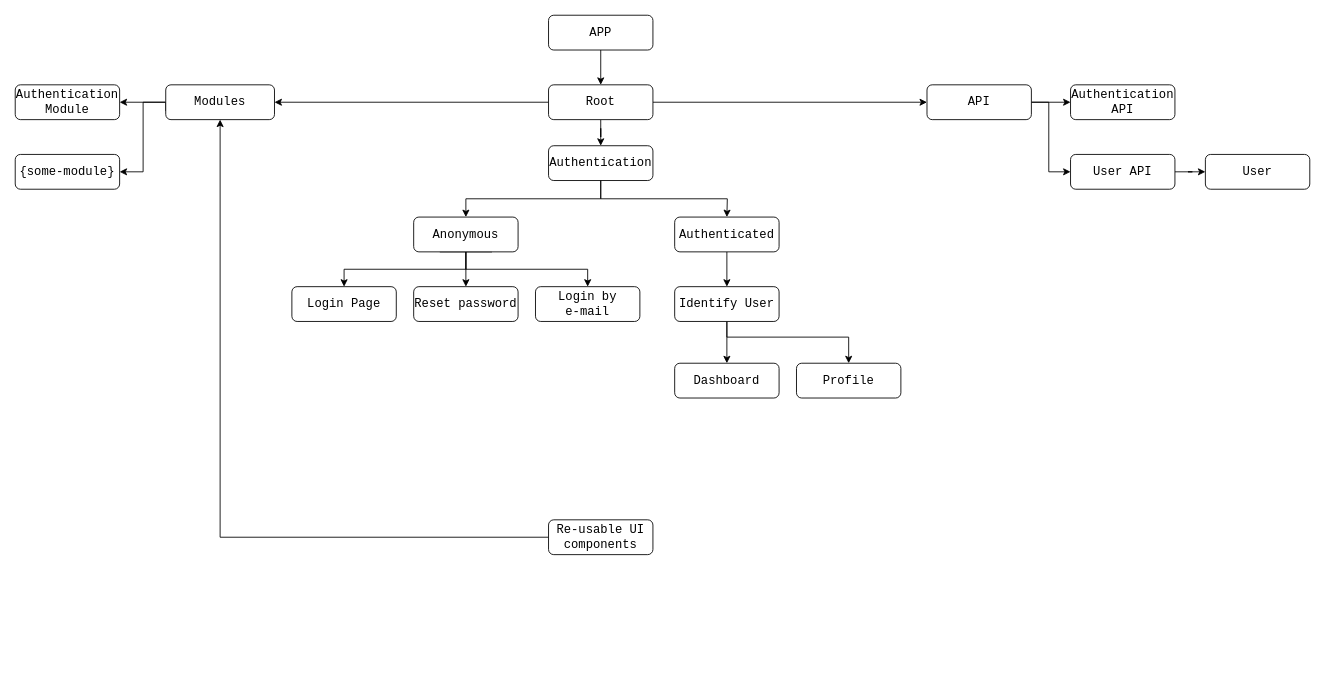
The draw.io diagram PluscoApp.drawio in pkuzmich/todo, before the edit. Source tidied: cells renumbered, new cells numbered last; positions are measured from the earlier drawing's top-left corner, leaving out a move shared by most shapes. Both pictures are drawn from the tidied source at 87%, with x=0, y=0 at pixel (15, 15).
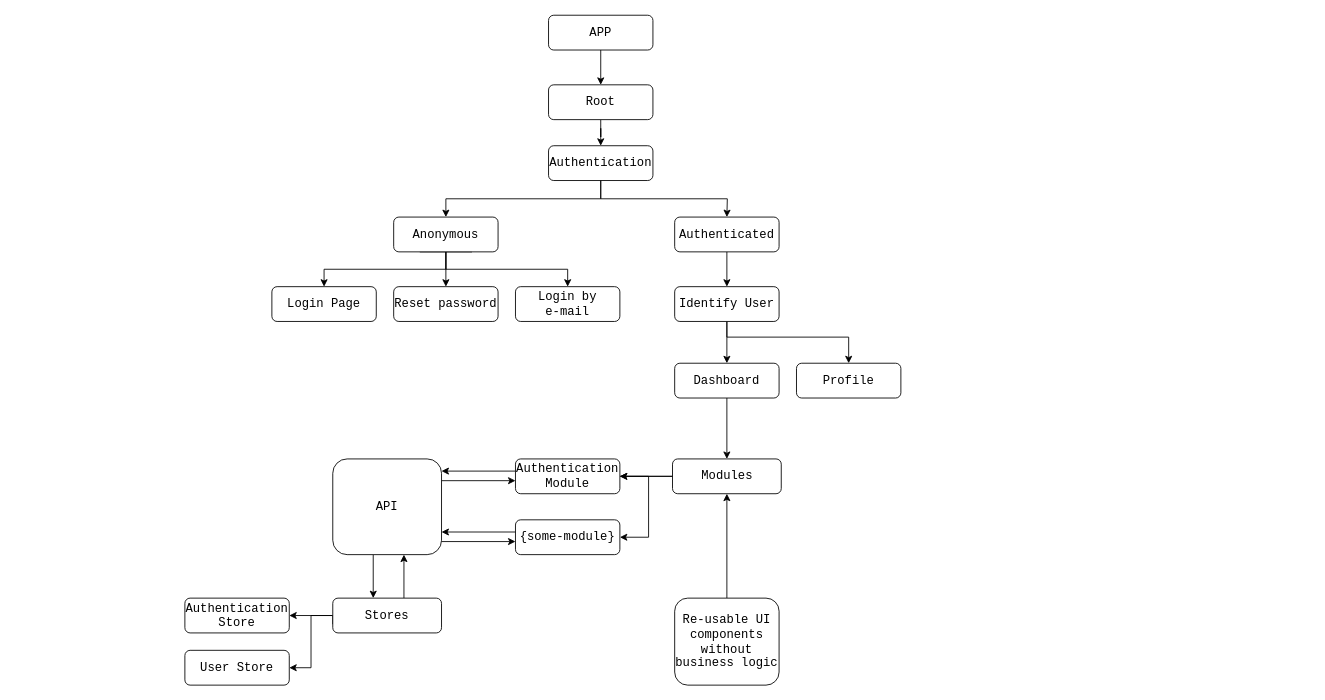
The same page after the edit.

The change refers to these unchanged cells:
```xml
<mxCell id="7" value="&lt;font style=&quot;font-size: 14px;&quot; face=&quot;monospace&quot;&gt;Root&lt;/font&gt;" style="rounded=1;whiteSpace=wrap;html=1;" parent="1" vertex="1">
  <mxGeometry x="613" y="80" width="120" height="40" as="geometry" />
</mxCell>
<mxCell id="26" value="&lt;font style=&quot;font-size: 14px;&quot; face=&quot;monospace&quot;&gt;Dashboard&lt;/font&gt;" style="rounded=1;whiteSpace=wrap;html=1;" parent="1" vertex="1">
  <mxGeometry x="758" y="400" width="120" height="40" as="geometry" />
</mxCell>
```

The edit, as a diff of the source:
```diff
@@
-    <mxCell id="4" style="edgeStyle=orthogonalEdgeStyle;rounded=0;jettySize=auto;html=1;" parent="1" edge="1" source="7" target="10">
-      <mxGeometry relative="1" as="geometry" />
-    </mxCell>
@@
-    <mxCell id="6" style="edgeStyle=orthogonalEdgeStyle;rounded=0;jettySize=auto;html=1;entryX=1;entryY=0.5;entryDx=0;entryDy=0;" parent="1" edge="1" source="7" target="34">
-      <mxGeometry relative="1" as="geometry" />
-    </mxCell>
@@
+    <mxCell id="39" style="edgeStyle=orthogonalEdgeStyle;rounded=0;orthogonalLoop=1;jettySize=auto;html=1;exitX=0.75;exitY=0;exitDx=0;exitDy=0;entryX=0.75;entryY=1;entryDx=0;entryDy=0;" parent="1" edge="1">
+      <mxGeometry relative="1" as="geometry">
+        <mxPoint x="446.8" y="670" as="sourcePoint" />
+        <mxPoint x="446.8" y="620" as="targetPoint" />
+      </mxGeometry>
+    </mxCell>
@@
-    <mxCell id="9" style="edgeStyle=orthogonalEdgeStyle;rounded=0;jettySize=auto;html=1;exitX=1;exitY=0.5;exitDx=0;exitDy=0;entryX=0;entryY=0.5;entryDx=0;entryDy=0;" parent="1" edge="1" source="10" target="30">
+    <mxCell id="9" style="edgeStyle=orthogonalEdgeStyle;rounded=0;jettySize=auto;html=1;exitX=0;exitY=0.75;exitDx=0;exitDy=0;entryX=1;entryY=0.5;entryDx=0;entryDy=0;" parent="1" edge="1" source="10" target="30">
       <mxGeometry relative="1" as="geometry">
         <Array as="points">
-          <mxPoint x="1188" y="100" />
-          <mxPoint x="1188" y="180" />
+          <mxPoint x="365" y="690" />
+          <mxPoint x="340" y="690" />
+          <mxPoint x="340" y="750" />
         </Array>
       </mxGeometry>
     </mxCell>
-    <mxCell id="10" value="&lt;font style=&quot;font-size: 14px;&quot; face=&quot;monospace&quot;&gt;API&lt;/font&gt;" style="rounded=1;whiteSpace=wrap;html=1;" parent="1" vertex="1">
-      <mxGeometry x="1048" y="80" width="120" height="40" as="geometry" />
+    <mxCell id="10" value="&lt;font style=&quot;font-size: 14px;&quot; face=&quot;monospace&quot;&gt;Stores&lt;/font&gt;" style="rounded=1;whiteSpace=wrap;html=1;" parent="1" vertex="1">
+      <mxGeometry x="365" y="670" width="125" height="40" as="geometry" />
     </mxCell>
@@
     <mxCell id="14" style="edgeStyle=orthogonalEdgeStyle;rounded=0;jettySize=auto;html=1;exitX=0.25;exitY=1;exitDx=0;exitDy=0;entryX=0.5;entryY=0;entryDx=0;entryDy=0;" parent="1" edge="1" source="16" target="19">
       <mxGeometry relative="1" as="geometry">
         <Array as="points">
-          <mxPoint x="518" y="272" />
-          <mxPoint x="518" y="292" />
-          <mxPoint x="378" y="292" />
+          <mxPoint x="495" y="272" />
+          <mxPoint x="495" y="292" />
+          <mxPoint x="355" y="292" />
         </Array>
       </mxGeometry>
     </mxCell>
     <mxCell id="15" style="edgeStyle=orthogonalEdgeStyle;rounded=0;jettySize=auto;html=1;exitX=0.75;exitY=1;exitDx=0;exitDy=0;entryX=0.5;entryY=0;entryDx=0;entryDy=0;" parent="1" edge="1" source="16" target="21">
       <mxGeometry relative="1" as="geometry">
         <Array as="points">
-          <mxPoint x="518" y="272" />
-          <mxPoint x="518" y="292" />
-          <mxPoint x="658" y="292" />
+          <mxPoint x="495" y="272" />
+          <mxPoint x="495" y="292" />
+          <mxPoint x="635" y="292" />
         </Array>
       </mxGeometry>
     </mxCell>
     <mxCell id="16" value="&lt;font style=&quot;font-size: 14px;&quot; face=&quot;monospace&quot;&gt;Anonymous&lt;/font&gt;" style="rounded=1;whiteSpace=wrap;html=1;" parent="1" vertex="1">
-      <mxGeometry x="458" y="232" width="120" height="40" as="geometry" />
+      <mxGeometry x="435" y="232" width="120" height="40" as="geometry" />
     </mxCell>
@@
     <mxCell id="19" value="&lt;font style=&quot;font-size: 14px;&quot; face=&quot;monospace&quot;&gt;Login Page&lt;/font&gt;" style="rounded=1;whiteSpace=wrap;html=1;" parent="1" vertex="1">
-      <mxGeometry x="318" y="312" width="120" height="40" as="geometry" />
+      <mxGeometry x="295" y="312" width="120" height="40" as="geometry" />
     </mxCell>
     <mxCell id="20" value="&lt;font style=&quot;font-size: 14px;&quot; face=&quot;monospace&quot;&gt;Reset password&lt;/font&gt;" style="rounded=1;whiteSpace=wrap;html=1;" parent="1" vertex="1">
-      <mxGeometry x="458" y="312" width="120" height="40" as="geometry" />
+      <mxGeometry x="435" y="312" width="120" height="40" as="geometry" />
     </mxCell>
     <mxCell id="21" value="&lt;font style=&quot;font-size: 14px;&quot; face=&quot;monospace&quot;&gt;Login by&lt;br&gt;e-mail&lt;/font&gt;" style="rounded=1;whiteSpace=wrap;html=1;" parent="1" vertex="1">
-      <mxGeometry x="598" y="312" width="120" height="40" as="geometry" />
+      <mxGeometry x="575" y="312" width="120" height="40" as="geometry" />
     </mxCell>
@@
+    <mxCell id="40" style="edgeStyle=orthogonalEdgeStyle;rounded=0;jettySize=auto;html=1;" parent="1" edge="1" source="26" target="34">
+      <mxGeometry relative="1" as="geometry" />
+    </mxCell>
@@
-    <mxCell id="28" value="&lt;font style=&quot;font-size: 14px;&quot; face=&quot;monospace&quot;&gt;Authentication API&lt;/font&gt;" style="rounded=1;whiteSpace=wrap;html=1;" parent="1" vertex="1">
-      <mxGeometry x="1213" y="80" width="120" height="40" as="geometry" />
+    <mxCell id="28" value="&lt;font style=&quot;&quot; face=&quot;monospace&quot;&gt;&lt;span style=&quot;font-size: 14px;&quot;&gt;Authentication&lt;br&gt;&lt;/span&gt;&lt;/font&gt;&lt;font style=&quot;font-size: 14px;&quot; face=&quot;monospace&quot;&gt;Store&lt;/font&gt;" style="rounded=1;whiteSpace=wrap;html=1;" parent="1" vertex="1">
+      <mxGeometry x="195" y="670" width="120" height="40" as="geometry" />
     </mxCell>
-    <mxCell id="29" style="edgeStyle=orthogonalEdgeStyle;rounded=0;jettySize=auto;html=1;" parent="1" edge="1" source="30" target="31">
-      <mxGeometry relative="1" as="geometry" />
-    </mxCell>
-    <mxCell id="30" value="&lt;font style=&quot;font-size: 14px;&quot; face=&quot;monospace&quot;&gt;User API&lt;/font&gt;" style="rounded=1;whiteSpace=wrap;html=1;" parent="1" vertex="1">
-      <mxGeometry x="1213" y="160" width="120" height="40" as="geometry" />
+    <mxCell id="30" value="&lt;font style=&quot;font-size: 14px;&quot; face=&quot;monospace&quot;&gt;User Store&lt;/font&gt;" style="rounded=1;whiteSpace=wrap;html=1;" parent="1" vertex="1">
+      <mxGeometry x="195" y="730" width="120" height="40" as="geometry" />
     </mxCell>
-    <mxCell id="31" value="&lt;font style=&quot;font-size: 14px;&quot; face=&quot;monospace&quot;&gt;User&lt;/font&gt;" style="rounded=1;whiteSpace=wrap;html=1;" parent="1" vertex="1">
-      <mxGeometry x="1368" y="160" width="120" height="40" as="geometry" />
-    </mxCell>
-    <mxCell id="32" style="edgeStyle=orthogonalEdgeStyle;rounded=0;jettySize=auto;html=1;exitX=0;exitY=0.5;exitDx=0;exitDy=0;entryX=1;entryY=0.5;entryDx=0;entryDy=0;" parent="1" edge="1" source="34" target="35">
-      <mxGeometry relative="1" as="geometry" />
-    </mxCell>
-    <mxCell id="33" style="edgeStyle=orthogonalEdgeStyle;rounded=0;jettySize=auto;html=1;exitX=0;exitY=0.75;exitDx=0;exitDy=0;entryX=1;entryY=0.5;entryDx=0;entryDy=0;" parent="1" edge="1" source="34" target="38">
-      <mxGeometry relative="1" as="geometry">
-        <Array as="points">
-          <mxPoint x="173" y="100" />
-          <mxPoint x="147" y="100" />
-          <mxPoint x="147" y="180" />
-        </Array>
-      </mxGeometry>
-    </mxCell>
+    <mxCell id="41" style="edgeStyle=orthogonalEdgeStyle;rounded=0;jettySize=auto;html=1;" parent="1" edge="1" source="34" target="35">
+      <mxGeometry relative="1" as="geometry" />
+    </mxCell>
+    <mxCell id="42" style="edgeStyle=orthogonalEdgeStyle;rounded=0;jettySize=auto;html=1;" parent="1" edge="1" source="35" target="38">
+      <mxGeometry relative="1" as="geometry">
+        <Array as="points">
+          <mxPoint x="728" y="530" />
+          <mxPoint x="728" y="600" />
+        </Array>
+      </mxGeometry>
+    </mxCell>
     <mxCell id="34" value="&lt;font style=&quot;font-size: 14px;&quot; face=&quot;monospace&quot;&gt;Modules&lt;/font&gt;" style="rounded=1;whiteSpace=wrap;html=1;" parent="1" vertex="1">
-      <mxGeometry x="173" y="80" width="125" height="40" as="geometry" />
+      <mxGeometry x="755.5" y="510" width="125" height="40" as="geometry" />
     </mxCell>
-    <mxCell id="35" value="&lt;font face=&quot;monospace&quot;&gt;&lt;font style=&quot;font-size: 14px;&quot;&gt;Authentication&lt;br&gt;Module&lt;/font&gt;&lt;br&gt;&lt;/font&gt;" style="rounded=1;whiteSpace=wrap;html=1;" parent="1" vertex="1">
-      <mxGeometry y="80" width="120" height="40" as="geometry" />
-    </mxCell>
@@
-    <mxCell id="37" value="&lt;font style=&quot;font-size: 14px;&quot; face=&quot;monospace&quot;&gt;Re-usable UI components&lt;/font&gt;" style="rounded=1;whiteSpace=wrap;html=1;" parent="1" vertex="1">
-      <mxGeometry x="613" y="580" width="120" height="40" as="geometry" />
+    <mxCell id="37" value="&lt;font style=&quot;font-size: 14px;&quot; face=&quot;monospace&quot;&gt;Re-usable UI components&lt;br&gt;&lt;/font&gt;&lt;code&gt;&lt;font style=&quot;font-size: 14px;&quot;&gt;without business logic&lt;/font&gt;&lt;/code&gt;" style="rounded=1;whiteSpace=wrap;html=1;" parent="1" vertex="1">
+      <mxGeometry x="758" y="670" width="120" height="100" as="geometry" />
     </mxCell>
     <mxCell id="38" value="&lt;code&gt;&lt;font style=&quot;font-size: 14px;&quot;&gt;{some-module&lt;span class=&quot;o&quot;&gt;}&lt;/span&gt;&lt;/font&gt;&lt;/code&gt;" style="rounded=1;whiteSpace=wrap;html=1;" parent="1" vertex="1">
-      <mxGeometry y="160" width="120" height="40" as="geometry" />
+      <mxGeometry x="575" y="580" width="120" height="40" as="geometry" />
     </mxCell>
+    <mxCell id="43" style="edgeStyle=orthogonalEdgeStyle;rounded=0;orthogonalLoop=1;jettySize=auto;html=1;exitX=1;exitY=0.75;exitDx=0;exitDy=0;entryX=0;entryY=0.75;entryDx=0;entryDy=0;" parent="1" edge="1">
+      <mxGeometry relative="1" as="geometry">
+        <mxPoint x="490" y="535" as="sourcePoint" />
+        <mxPoint x="575" y="535" as="targetPoint" />
+      </mxGeometry>
+    </mxCell>
+    <mxCell id="44" style="edgeStyle=orthogonalEdgeStyle;rounded=0;orthogonalLoop=1;jettySize=auto;html=1;" parent="1" edge="1">
+      <mxGeometry relative="1" as="geometry">
+        <mxPoint x="411.5" y="620" as="sourcePoint" />
+        <mxPoint x="411.5" y="670" as="targetPoint" />
+      </mxGeometry>
+    </mxCell>
+    <mxCell id="45" value="&lt;font face=&quot;monospace&quot; style=&quot;font-size: 14px;&quot;&gt;API&lt;/font&gt;" style="rounded=1;whiteSpace=wrap;html=1;" parent="1" vertex="1">
+      <mxGeometry x="365" y="510" width="125" height="110" as="geometry" />
+    </mxCell>
+    <mxCell id="46" style="edgeStyle=orthogonalEdgeStyle;rounded=0;jettySize=auto;html=1;" parent="1" edge="1" source="34" target="35">
+      <mxGeometry relative="1" as="geometry" />
+    </mxCell>
+    <mxCell id="47" style="edgeStyle=orthogonalEdgeStyle;rounded=0;orthogonalLoop=1;jettySize=auto;html=1;" parent="1" edge="1">
+      <mxGeometry relative="1" as="geometry">
+        <mxPoint x="575" y="524" as="sourcePoint" />
+        <mxPoint x="490" y="524" as="targetPoint" />
+      </mxGeometry>
+    </mxCell>
+    <mxCell id="35" value="&lt;font face=&quot;monospace&quot;&gt;&lt;font style=&quot;font-size: 14px;&quot;&gt;Authentication&lt;br&gt;Module&lt;/font&gt;&lt;br&gt;&lt;/font&gt;" style="rounded=1;whiteSpace=wrap;html=1;" parent="1" vertex="1">
+      <mxGeometry x="575" y="510" width="120" height="40" as="geometry" />
+    </mxCell>
+    <mxCell id="48" style="edgeStyle=orthogonalEdgeStyle;rounded=0;orthogonalLoop=1;jettySize=auto;html=1;exitX=1;exitY=0.75;exitDx=0;exitDy=0;entryX=0;entryY=0.75;entryDx=0;entryDy=0;" parent="1" edge="1">
+      <mxGeometry relative="1" as="geometry">
+        <mxPoint x="490" y="605" as="sourcePoint" />
+        <mxPoint x="575" y="605" as="targetPoint" />
+      </mxGeometry>
+    </mxCell>
+    <mxCell id="49" style="edgeStyle=orthogonalEdgeStyle;rounded=0;orthogonalLoop=1;jettySize=auto;html=1;" parent="1" edge="1">
+      <mxGeometry relative="1" as="geometry">
+        <mxPoint x="575" y="594" as="sourcePoint" />
+        <mxPoint x="490" y="594" as="targetPoint" />
+      </mxGeometry>
+    </mxCell>
```
